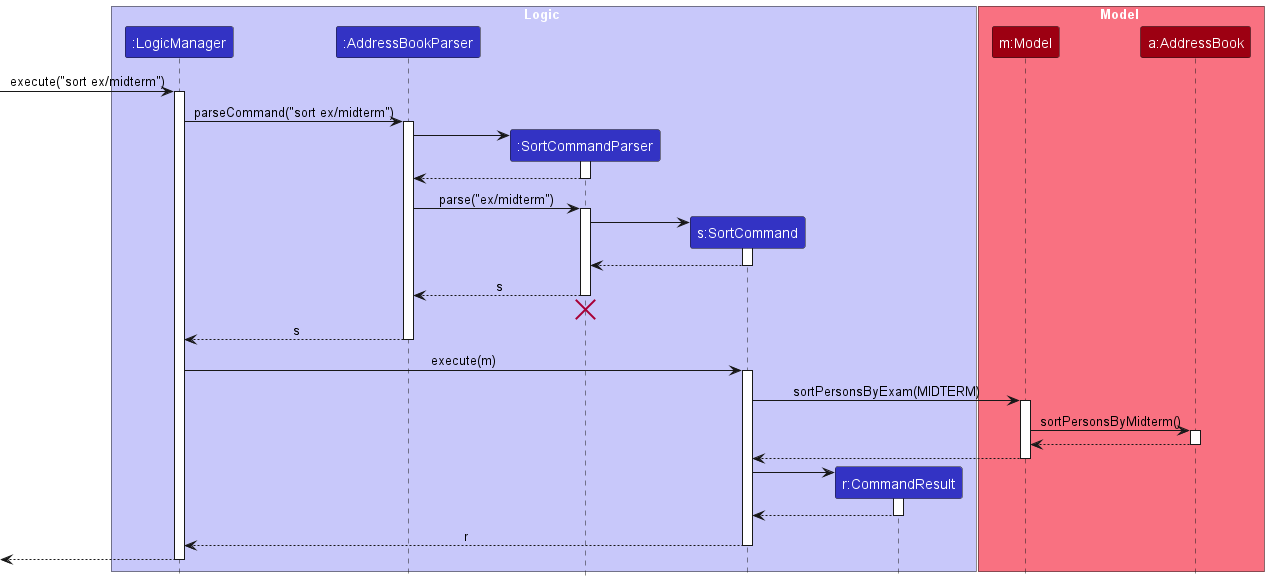
This is docs/images/SortSequenceDiagram.png from yoyongxuan/tp, a PlantUML export, as it was before one commit.
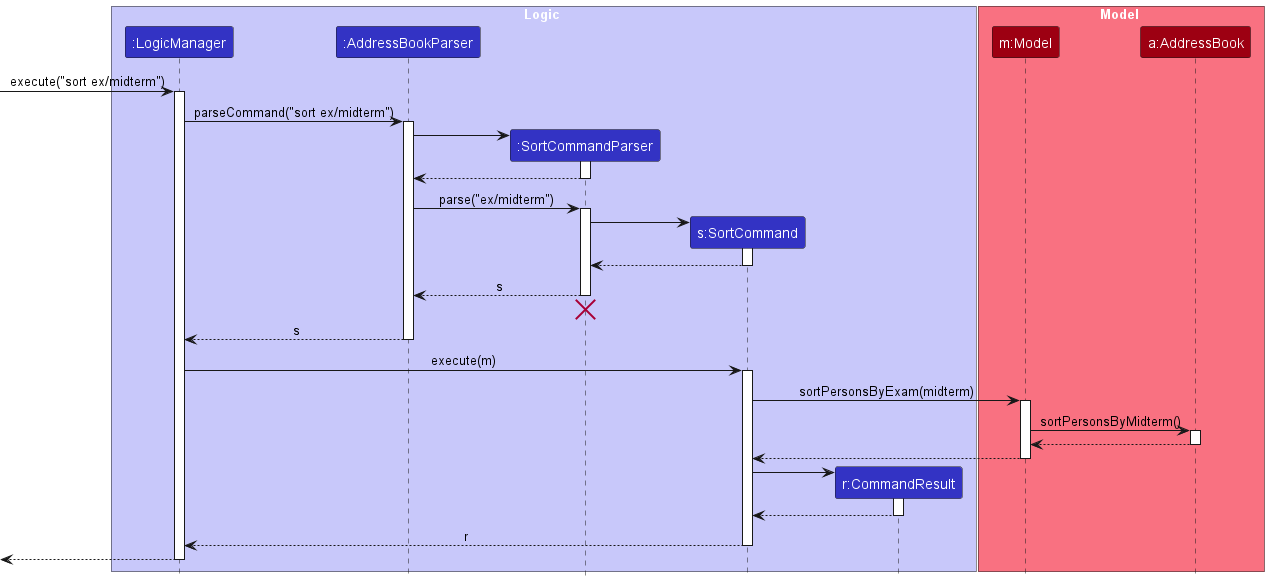
After the commit.

Commit message:
Update sort sequence UML diagram

Change to the diagram source:
```diff
@@ -49,7 +49,7 @@
 LogicManager -> SortCommand : execute(m)
 activate SortCommand
 
-SortCommand -> Model : sortPersonsByExam(MIDTERM)
+SortCommand -> Model : sortPersonsByExam(midterm)
 activate Model
 
 Model -> AddressBook : sortPersonsByMidterm()
```
